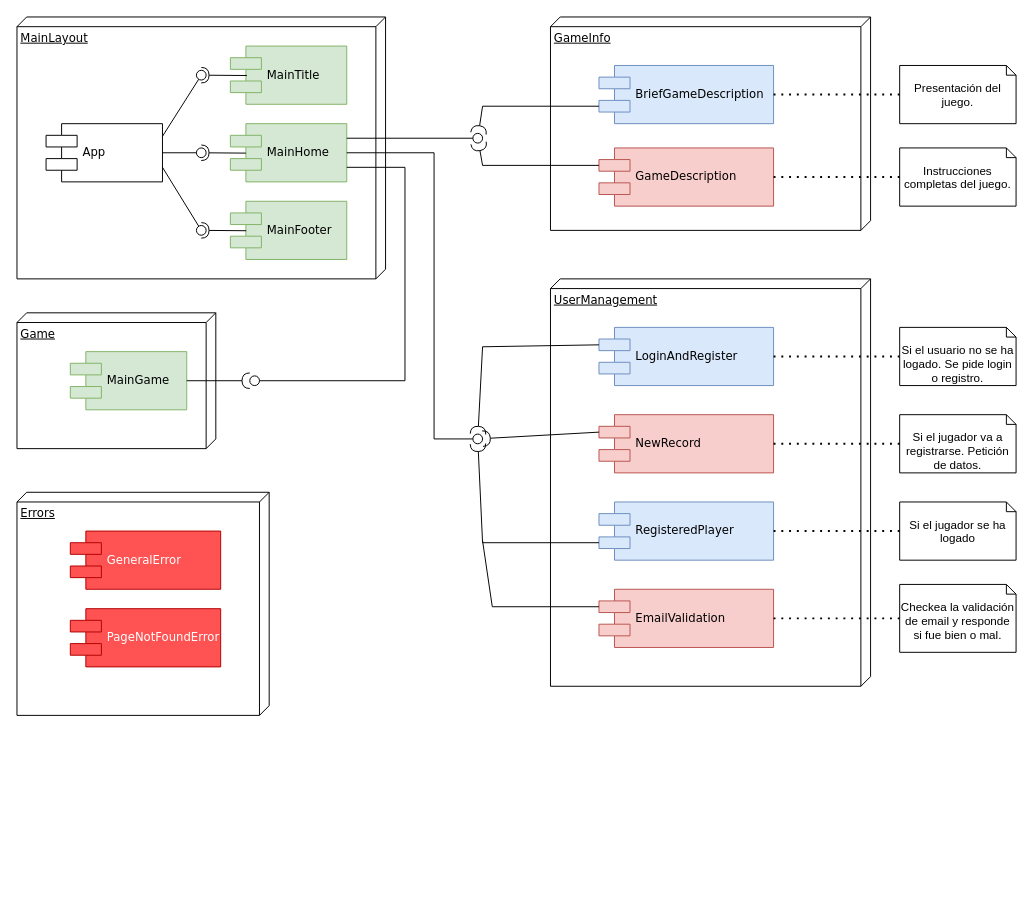
The draw.io diagram docs/componentDiagram.drawio in qhcube/qhcube-front, before the edit. Source tidied: cells renumbered, new cells numbered last; positions are measured from the earlier drawing's top-left corner, leaving out a move shared by most shapes. Both pictures are drawn from the tidied source at 97%, with x=0, y=0 at pixel (16, 16).
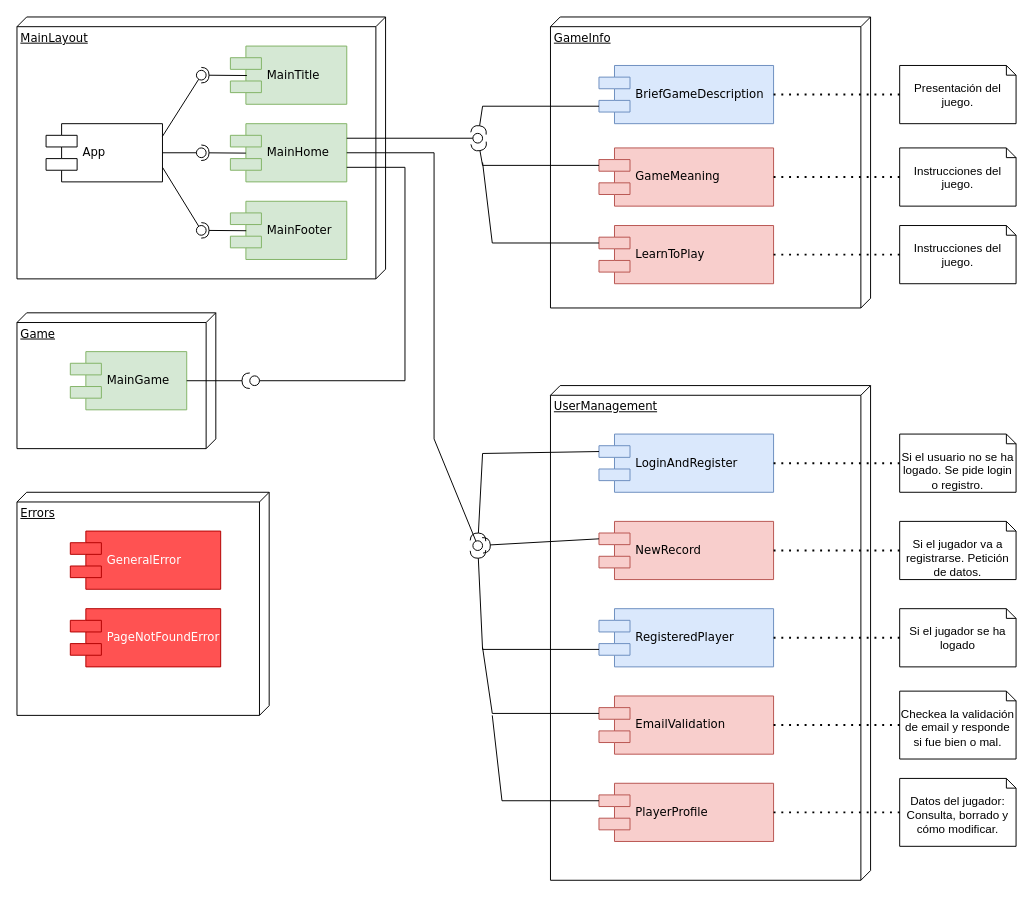
The same diagram, later.

Commit message (it also covers changes not shown here):
Actualizado diagrama de componentes.

Change to the diagram source:
```diff
@@
     <mxCell id="2" value="GameInfo" style="verticalAlign=top;align=left;spacingTop=8;spacingLeft=2;spacingRight=12;shape=cube;size=10;direction=south;fontStyle=4;html=1;rounded=0;shadow=0;comic=0;labelBackgroundColor=none;strokeWidth=1;fontFamily=Verdana;fontSize=12;" parent="1" vertex="1">
-      <mxGeometry x="550" width="330" height="220" as="geometry" />
+      <mxGeometry x="550" width="330" height="300" as="geometry" />
     </mxCell>
@@
     <mxCell id="19" value="UserManagement" style="verticalAlign=top;align=left;spacingTop=8;spacingLeft=2;spacingRight=12;shape=cube;size=10;direction=south;fontStyle=4;html=1;rounded=0;shadow=0;comic=0;labelBackgroundColor=none;strokeWidth=1;fontFamily=Verdana;fontSize=12;" parent="1" vertex="1">
-      <mxGeometry x="550" y="270" width="330" height="420" as="geometry" />
+      <mxGeometry x="550" y="380" width="330" height="510" as="geometry" />
     </mxCell>
@@
-    <mxCell id="21" value="GameDescription" style="shape=component;align=left;spacingLeft=36;rounded=0;shadow=0;comic=0;labelBackgroundColor=none;strokeWidth=1;fontFamily=Verdana;fontSize=12;html=1;snapToPoint=1;fillColor=#f8cecc;strokeColor=#b85450;" parent="1" vertex="1">
+    <mxCell id="21" value="GameMeaning" style="shape=component;align=left;spacingLeft=36;rounded=0;shadow=0;comic=0;labelBackgroundColor=none;strokeWidth=1;fontFamily=Verdana;fontSize=12;html=1;snapToPoint=1;fillColor=#f8cecc;strokeColor=#b85450;" parent="1" vertex="1">
       <mxGeometry x="600" y="135" width="180" height="60" as="geometry" />
     </mxCell>
     <mxCell id="22" value="LoginAndRegister" style="shape=component;align=left;spacingLeft=36;rounded=0;shadow=0;comic=0;labelBackgroundColor=none;strokeWidth=1;fontFamily=Verdana;fontSize=12;html=1;snapToPoint=1;fillColor=#dae8fc;strokeColor=#6c8ebf;" parent="1" vertex="1">
-      <mxGeometry x="600" y="320" width="180" height="60" as="geometry" />
+      <mxGeometry x="600" y="430" width="180" height="60" as="geometry" />
     </mxCell>
     <mxCell id="23" value="NewRecord" style="shape=component;align=left;spacingLeft=36;rounded=0;shadow=0;comic=0;labelBackgroundColor=none;strokeWidth=1;fontFamily=Verdana;fontSize=12;html=1;snapToPoint=1;fillColor=#f8cecc;strokeColor=#b85450;" parent="1" vertex="1">
-      <mxGeometry x="600" y="410" width="180" height="60" as="geometry" />
+      <mxGeometry x="600" y="520" width="180" height="60" as="geometry" />
     </mxCell>
@@
     <mxCell id="25" value="RegisteredPlayer" style="shape=component;align=left;spacingLeft=36;rounded=0;shadow=0;comic=0;labelBackgroundColor=none;strokeWidth=1;fontFamily=Verdana;fontSize=12;html=1;snapToPoint=1;fillColor=#dae8fc;strokeColor=#6c8ebf;" parent="1" vertex="1">
-      <mxGeometry x="600" y="500" width="180" height="60" as="geometry" />
+      <mxGeometry x="600" y="610" width="180" height="60" as="geometry" />
     </mxCell>
     <mxCell id="26" value="Si el jugador se ha logado" style="shape=note2;boundedLbl=1;whiteSpace=wrap;html=1;size=10;verticalAlign=top;align=center;" parent="1" vertex="1">
-      <mxGeometry x="910" y="500" width="120" height="60" as="geometry" />
+      <mxGeometry x="910" y="610" width="120" height="60" as="geometry" />
     </mxCell>
@@
     <mxCell id="29" value="Si el jugador va a registrarse. Petición de datos." style="shape=note2;boundedLbl=1;whiteSpace=wrap;html=1;size=10;verticalAlign=top;align=center;" parent="1" vertex="1">
-      <mxGeometry x="910" y="410" width="120" height="60" as="geometry" />
+      <mxGeometry x="910" y="520" width="120" height="60" as="geometry" />
     </mxCell>
@@
     <mxCell id="31" value="Si el usuario no se ha logado. Se pide login o registro." style="shape=note2;boundedLbl=1;whiteSpace=wrap;html=1;size=10;verticalAlign=top;align=center;" parent="1" vertex="1">
-      <mxGeometry x="910" y="320" width="120" height="60" as="geometry" />
+      <mxGeometry x="910" y="430" width="120" height="60" as="geometry" />
     </mxCell>
@@
     <mxCell id="40" style="rounded=0;jettySize=auto;html=1;endArrow=halfCircle;endFill=0;endSize=6;strokeWidth=1;sketch=0;exitX=0;exitY=0.3;exitDx=0;exitDy=0;" parent="1" edge="1" source="22" target="41">
       <mxGeometry relative="1" as="geometry">
         <Array as="points">
-          <mxPoint x="480" y="340" />
+          <mxPoint x="480" y="450" />
         </Array>
       </mxGeometry>
     </mxCell>
     <mxCell id="41" style="ellipse;whiteSpace=wrap;html=1;align=center;points=[];outlineConnect=0;sketch=0;" parent="1" vertex="1">
-      <mxGeometry x="470" y="430" width="10" height="10" as="geometry" />
+      <mxGeometry x="470" y="540" width="10" height="10" as="geometry" />
     </mxCell>
     <mxCell id="42" style="rounded=0;jettySize=auto;html=1;endArrow=halfCircle;endFill=0;endSize=6;strokeWidth=1;sketch=0;exitX=0;exitY=0.7;exitDx=0;exitDy=0;" parent="1" edge="1" source="25" target="41">
       <mxGeometry relative="1" as="geometry">
         <Array as="points">
-          <mxPoint x="480" y="542" />
+          <mxPoint x="480" y="652" />
         </Array>
       </mxGeometry>
     </mxCell>
@@
-    <mxCell id="48" value="Instrucciones completas del juego." style="shape=note2;boundedLbl=1;whiteSpace=wrap;html=1;size=10;verticalAlign=top;align=center;" parent="1" vertex="1">
+    <mxCell id="48" value="Instrucciones del juego." style="shape=note2;boundedLbl=1;whiteSpace=wrap;html=1;size=10;verticalAlign=top;align=center;" parent="1" vertex="1">
       <mxGeometry x="910" y="135" width="120" height="60" as="geometry" />
     </mxCell>
@@
     <mxCell id="51" value="EmailValidation" style="shape=component;align=left;spacingLeft=36;rounded=0;shadow=0;comic=0;labelBackgroundColor=none;strokeWidth=1;fontFamily=Verdana;fontSize=12;html=1;snapToPoint=1;fillColor=#f8cecc;strokeColor=#b85450;" parent="1" vertex="1">
-      <mxGeometry x="600" y="590" width="180" height="60" as="geometry" />
+      <mxGeometry x="600" y="700" width="180" height="60" as="geometry" />
     </mxCell>
     <mxCell id="52" style="endArrow=none;html=1;rounded=0;entryX=0;entryY=0.3;entryDx=0;entryDy=0;" parent="1" edge="1" target="51">
       <mxGeometry relative="1" as="geometry">
-        <mxPoint x="480" y="540" as="sourcePoint" />
+        <mxPoint x="480" y="650" as="sourcePoint" />
         <Array as="points">
-          <mxPoint x="490" y="608" />
+          <mxPoint x="490" y="718" />
         </Array>
       </mxGeometry>
     </mxCell>
     <mxCell id="53" value="Checkea la validación de email y responde si fue bien o mal." style="shape=note2;boundedLbl=1;whiteSpace=wrap;html=1;size=10;verticalAlign=top;align=center;" parent="1" vertex="1">
-      <mxGeometry x="910" y="585" width="120" height="70" as="geometry" />
+      <mxGeometry x="910" y="695" width="120" height="70" as="geometry" />
     </mxCell>
     <mxCell id="54" style="endArrow=none;dashed=1;html=1;dashPattern=1 3;strokeWidth=2;rounded=0;entryX=0;entryY=0.5;entryDx=0;entryDy=0;entryPerimeter=0;exitX=1;exitY=0.5;exitDx=0;exitDy=0;" parent="1" edge="1" target="53">
       <mxGeometry relative="1" as="geometry">
-        <mxPoint x="780" y="620" as="sourcePoint" />
+        <mxPoint x="780" y="730" as="sourcePoint" />
       </mxGeometry>
     </mxCell>
@@
+    <mxCell id="56" value="LearnToPlay" style="shape=component;align=left;spacingLeft=36;rounded=0;shadow=0;comic=0;labelBackgroundColor=none;strokeWidth=1;fontFamily=Verdana;fontSize=12;html=1;snapToPoint=1;fillColor=#f8cecc;strokeColor=#b85450;" parent="1" vertex="1">
+      <mxGeometry x="600" y="215" width="180" height="60" as="geometry" />
+    </mxCell>
+    <mxCell id="57" style="endArrow=none;html=1;rounded=0;entryX=0;entryY=0.3;entryDx=0;entryDy=0;" parent="1" edge="1" target="56">
+      <mxGeometry relative="1" as="geometry">
+        <mxPoint x="480" y="150" as="sourcePoint" />
+        <Array as="points">
+          <mxPoint x="490" y="233" />
+        </Array>
+      </mxGeometry>
+    </mxCell>
+    <mxCell id="58" value="Instrucciones del juego." style="shape=note2;boundedLbl=1;whiteSpace=wrap;html=1;size=10;verticalAlign=top;align=center;" parent="1" vertex="1">
+      <mxGeometry x="910" y="215" width="120" height="60" as="geometry" />
+    </mxCell>
+    <mxCell id="59" style="endArrow=none;dashed=1;html=1;dashPattern=1 3;strokeWidth=2;rounded=0;entryX=0;entryY=0.5;entryDx=0;entryDy=0;entryPerimeter=0;exitX=1;exitY=0.5;exitDx=0;exitDy=0;" parent="1" edge="1" target="58">
+      <mxGeometry relative="1" as="geometry">
+        <mxPoint x="780" y="245" as="sourcePoint" />
+      </mxGeometry>
+    </mxCell>
+    <mxCell id="60" value="PlayerProfile" style="shape=component;align=left;spacingLeft=36;rounded=0;shadow=0;comic=0;labelBackgroundColor=none;strokeWidth=1;fontFamily=Verdana;fontSize=12;html=1;snapToPoint=1;fillColor=#f8cecc;strokeColor=#b85450;" parent="1" vertex="1">
+      <mxGeometry x="600" y="790" width="180" height="60" as="geometry" />
+    </mxCell>
+    <mxCell id="61" style="endArrow=none;html=1;rounded=0;entryX=0;entryY=0.3;entryDx=0;entryDy=0;" parent="1" edge="1" target="60">
+      <mxGeometry relative="1" as="geometry">
+        <mxPoint x="490" y="720" as="sourcePoint" />
+        <Array as="points">
+          <mxPoint x="500" y="808" />
+        </Array>
+      </mxGeometry>
+    </mxCell>
+    <mxCell id="62" value="Datos del jugador: Consulta, borrado y cómo modificar." style="shape=note2;boundedLbl=1;whiteSpace=wrap;html=1;size=10;verticalAlign=top;align=center;" parent="1" vertex="1">
+      <mxGeometry x="910" y="785" width="120" height="70" as="geometry" />
+    </mxCell>
+    <mxCell id="63" style="endArrow=none;dashed=1;html=1;dashPattern=1 3;strokeWidth=2;rounded=0;entryX=0;entryY=0.5;entryDx=0;entryDy=0;entryPerimeter=0;exitX=1;exitY=0.5;exitDx=0;exitDy=0;" parent="1" edge="1" target="62">
+      <mxGeometry relative="1" as="geometry">
+        <mxPoint x="780" y="820" as="sourcePoint" />
+      </mxGeometry>
+    </mxCell>
```
